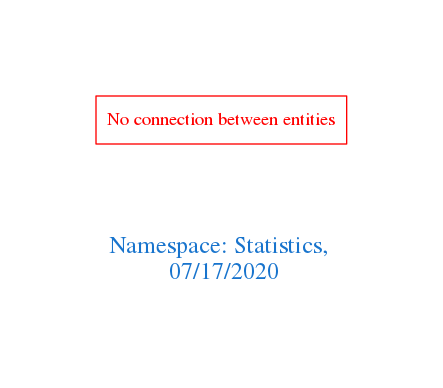
Above: downloads/Statistics.png in arago/OGIT (Graphviz), before the change. Its source is kept beside it as downloads/Statistics.dot.
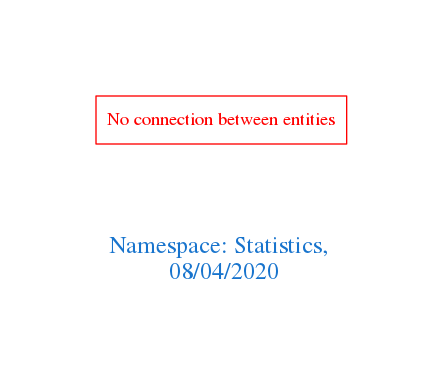
After the change.

The edit, as a diff of the source:
```diff
@@ -1,7 +1,7 @@
 digraph OGIT_ontology {
  graph [ rankdir= LR,pad=1
 fontsize = 18,
-fontcolor= dodgerblue3,label = "\n\n\nNamespace: Statistics, \n 07/17/2020"];
+fontcolor= dodgerblue3,label = "\n\n\nNamespace: Statistics, \n 08/04/2020"];
 node[shape=polygon];
 edge [  color="gray81"];
 
```
